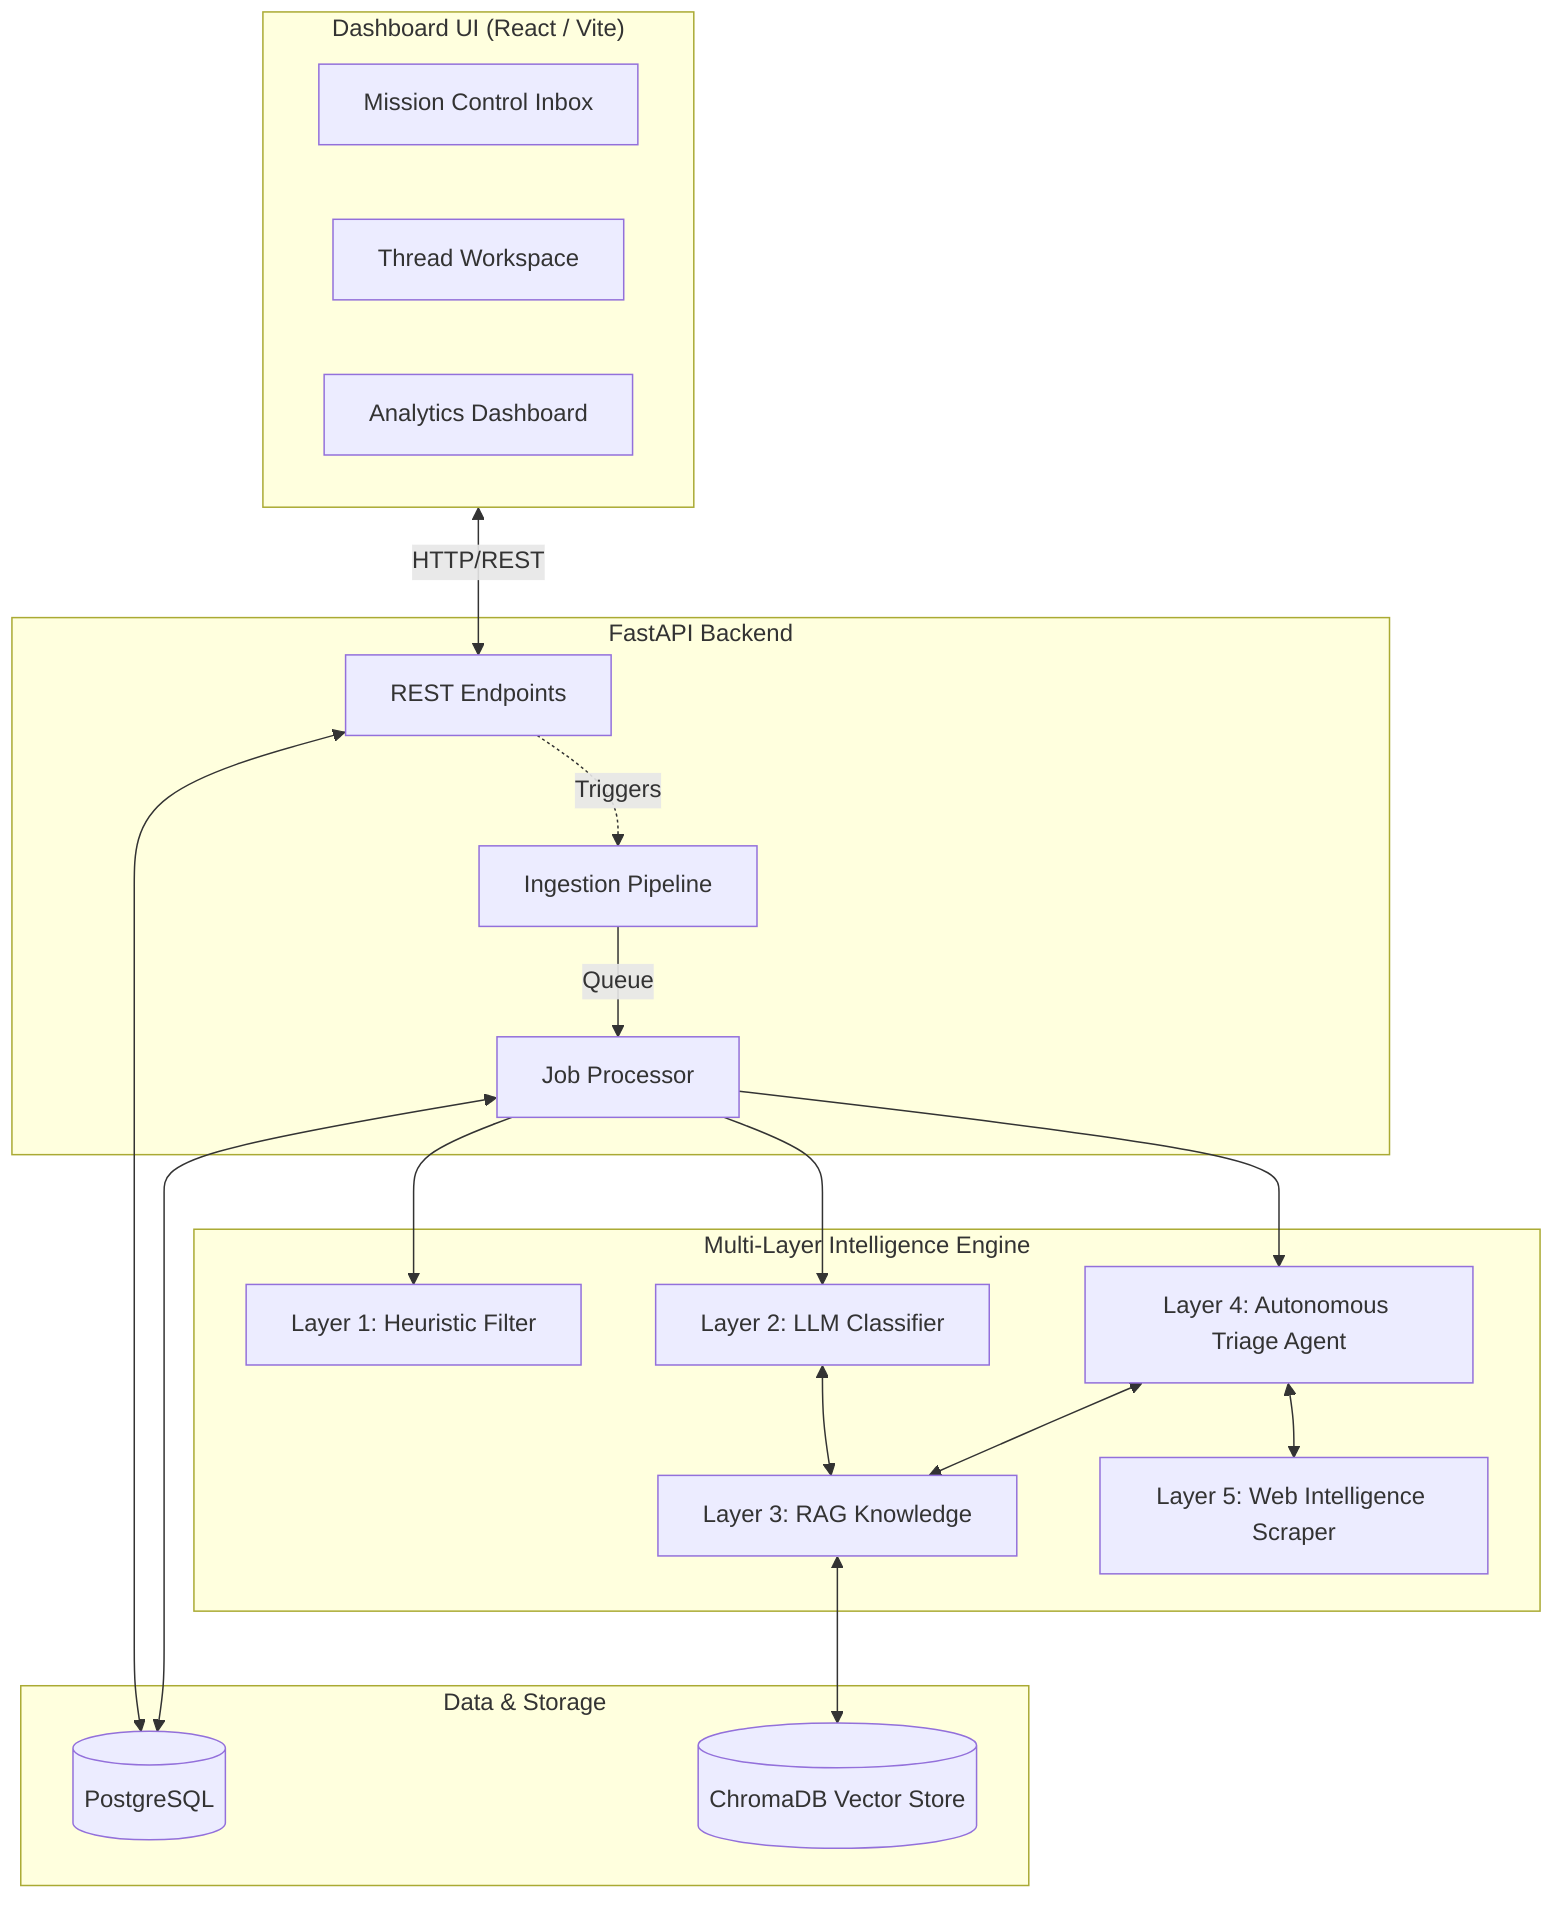
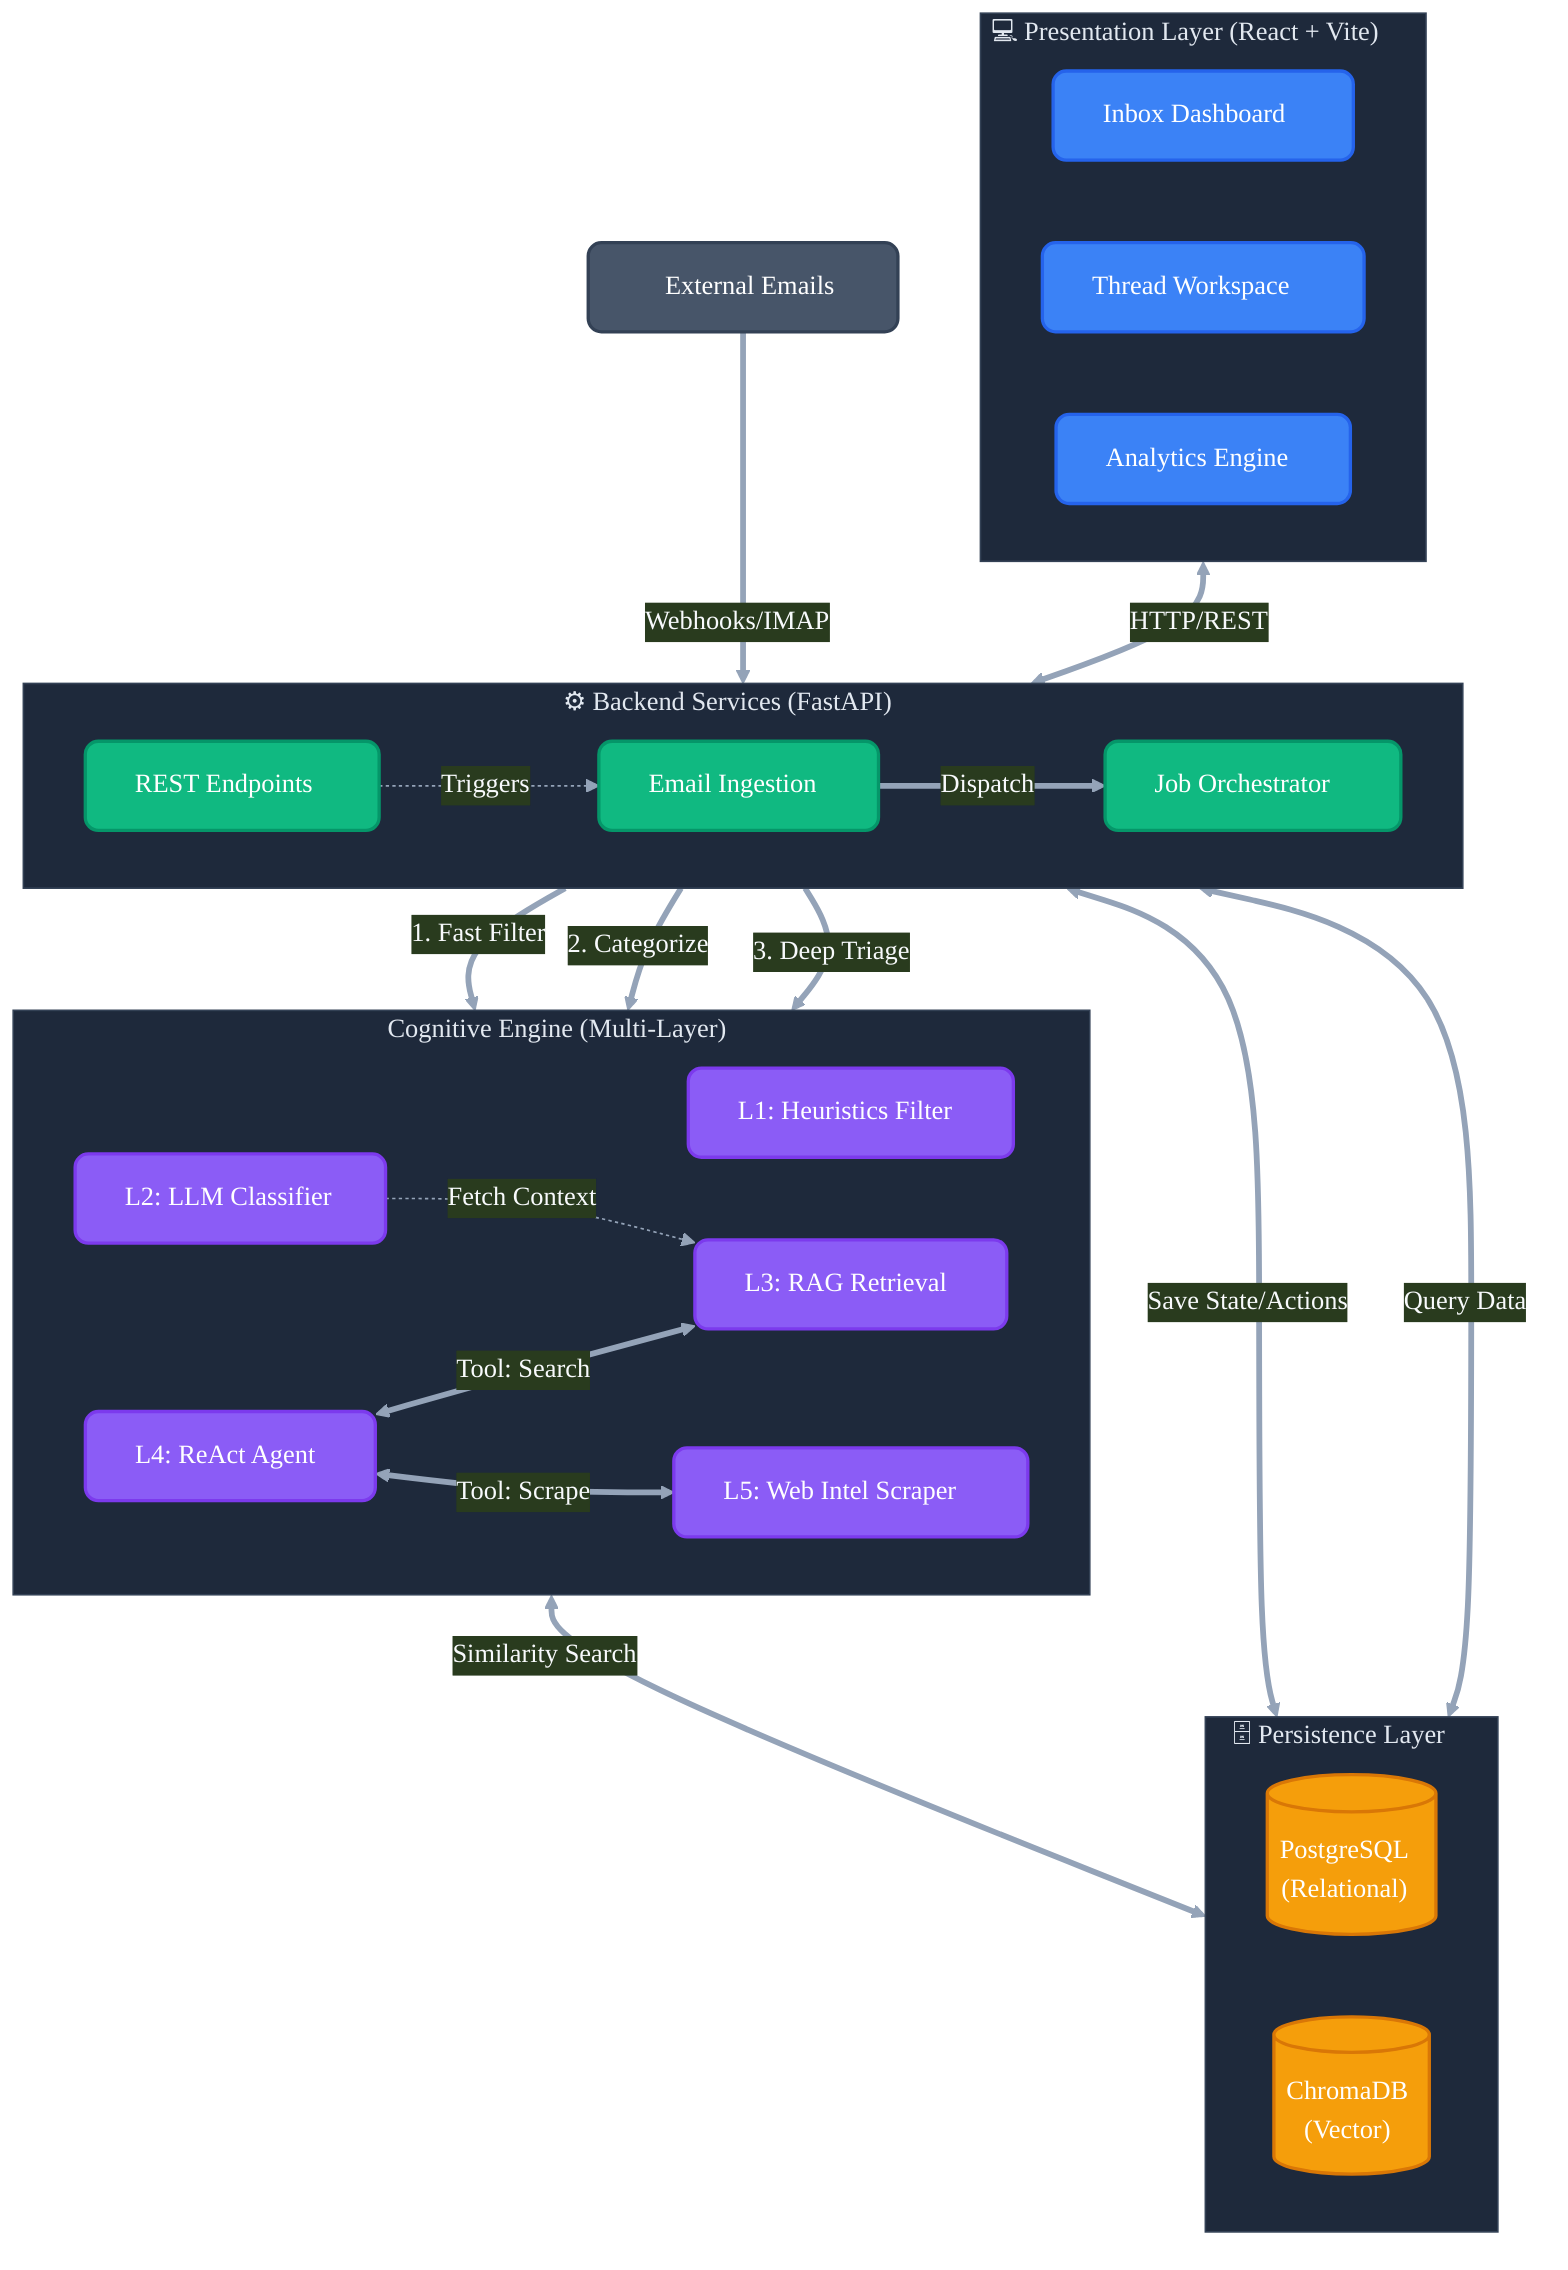
+ %%{init: {
+   'theme': 'base',
+   'themeVariables': {
+     'fontFamily': 'Trebuchet MS, Arial, sans-serif',
+     'fontSize': '16px',
+     'background': '#0f172a',
+     'primaryColor': '#1e293b',
+     'primaryTextColor': '#f8fafc',
+     'lineColor': '#94a3b8',
+     'clusterBkg': '#1e293b',
+     'clusterBorder': '#334155',
+     'titleColor': '#e2e8f0'
+   }
+ }}%%
flowchart TD
-     subgraph Frontend["Dashboard UI (React / Vite)"]
-         Inbox[Mission Control Inbox]
-         Thread[Thread Workspace]
-         Analytics[Analytics Dashboard]
+     classDef ui fill:#3b82f6,stroke:#2563eb,stroke-width:2px,color:#fff,rx:8,ry:8
+     classDef api fill:#10b981,stroke:#059669,stroke-width:2px,color:#fff,rx:8,ry:8
+     classDef ai fill:#8b5cf6,stroke:#7c3aed,stroke-width:2px,color:#fff,rx:8,ry:8
+     classDef db fill:#f59e0b,stroke:#d97706,stroke-width:2px,color:#fff,rx:8,ry:8
+     classDef ext fill:#475569,stroke:#334155,stroke-width:2px,color:#fff,rx:8,ry:8
+ 
+     subgraph Client["💻 Presentation Layer (React + Vite)"]
+         direction LR
+         Inbox["Inbox Dashboard"]:::ui
+         Workspace["Thread Workspace"]:::ui
+         Analytics["Analytics Engine"]:::ui
    end

-     subgraph API["FastAPI Backend"]
-         Ingest[Ingestion Pipeline]
-         JobProc[Job Processor]
-         Endpoints[REST Endpoints]
+     subgraph API["⚙️ Backend Services (FastAPI)"]
+         direction LR
+         Endpoints["REST Endpoints"]:::api
+         Ingest["Email Ingestion"]:::api
+         JobProc["Job Orchestrator"]:::api
    end

-     subgraph Intelligence["Multi-Layer Intelligence Engine"]
-         Heuristics[Layer 1: Heuristic Filter]
-         LLMClass[Layer 2: LLM Classifier]
-         RAG[Layer 3: RAG Knowledge]
-         Agent[Layer 4: Autonomous Triage Agent]
-         WebIntel[Layer 5: Web Intelligence Scraper]
+     subgraph Intelligence["🧠 Cognitive Engine (Multi-Layer)"]
+         direction LR
+         Heuristics["L1: Heuristics Filter"]:::ai
+         LLMClass["L2: LLM Classifier"]:::ai
+         RAG["L3: RAG Retrieval"]:::ai
+         Agent["L4: ReAct Agent"]:::ai
+         WebScraper["L5: Web Intel Scraper"]:::ai
    end

-     subgraph Data["Data & Storage"]
-         Postgres[(PostgreSQL)]
-         ChromaDB[(ChromaDB Vector Store)]
+     subgraph Storage["🗄️ Persistence Layer"]
+         direction LR
+         Postgres[("PostgreSQL\n(Relational)")]:::db
+         Chroma[("ChromaDB\n(Vector)")]:::db
    end

-     %% Flow
-     Frontend <--> |HTTP/REST| Endpoints
-     Endpoints <--> Postgres
-     Endpoints -.-> |Triggers| Ingest
-     Ingest --> |Queue| JobProc
-     JobProc --> Heuristics
-     JobProc --> LLMClass
-     LLMClass <--> RAG
-     JobProc --> Agent
-     Agent <--> RAG
-     Agent <--> WebIntel
-     JobProc <--> Postgres
-     RAG <--> ChromaDB
+     External["📧 External Emails"]:::ext
+ 
+     %% Connect layers
+     Client <==>|"HTTP/REST"| Endpoints
+     External ==>|"Webhooks/IMAP"| Ingest
+ 
+     Endpoints -.->|"Triggers"| Ingest
+     Ingest ==>|"Dispatch"| JobProc
+ 
+     JobProc ==>|"1. Fast Filter"| Heuristics
+     JobProc ==>|"2. Categorize"| LLMClass
+     JobProc ==>|"3. Deep Triage"| Agent
+ 
+     LLMClass -.->|"Fetch Context"| RAG
+     Agent <==>|"Tool: Search"| RAG
+     Agent <==>|"Tool: Scrape"| WebScraper
+ 
+     JobProc <==>|"Save State/Actions"| Postgres
+     Endpoints <==>|"Query Data"| Postgres
+     RAG <==>|"Similarity Search"| Chroma
